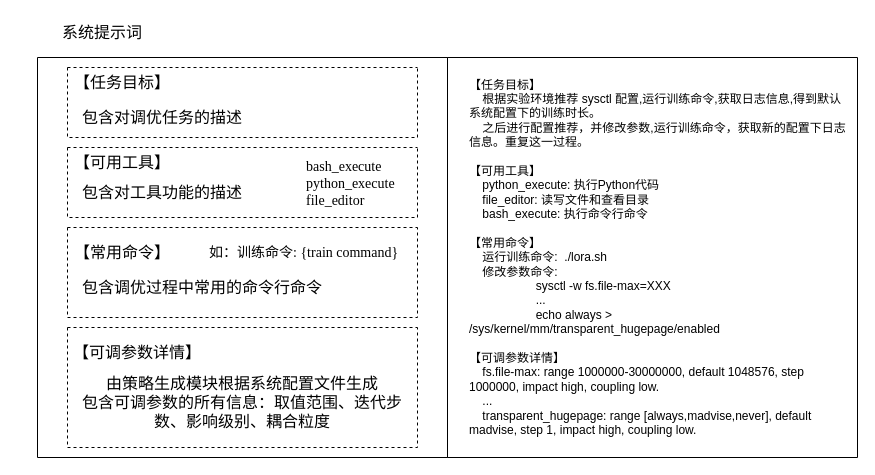
Earlier version of the draw.io diagram page "第 10 页" (10 of 14) of KernelTuneAgent.drawio (DonCoyi/_pictures). Source tidied: cells renumbered, new cells numbered last; positions are measured from the earlier drawing's top-left corner, leaving out a move shared by most shapes. Both pictures are drawn from the tidied source at 100%, with x=0, y=0 at pixel (17, 17).
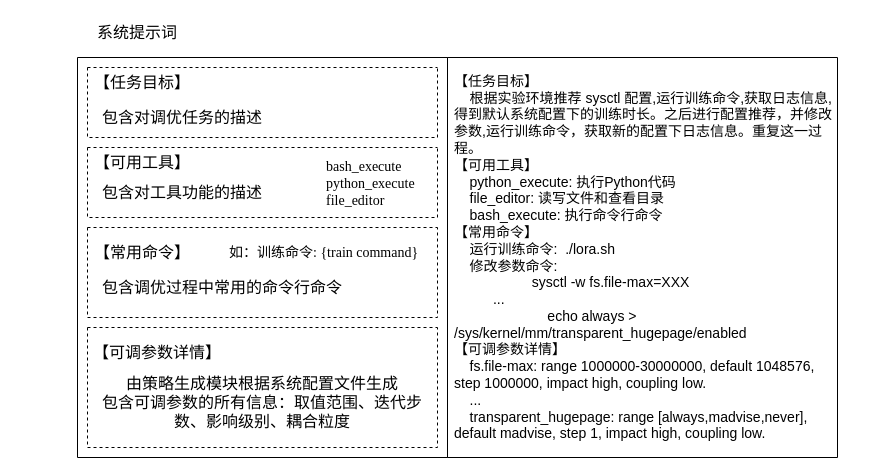
The same page after the edit.

Change to the diagram source:
```diff
@@
 <mxGraphModel>
   <root>
     <mxCell id="0" />
     <mxCell id="1" parent="0" />
     <mxCell id="2" style="swimlane;startSize=0;fontFamily=宋体;fontStyle=0;" parent="1" vertex="1">
-      <mxGeometry x="20" y="40" width="410" height="400" as="geometry" />
+      <mxGeometry x="60" y="40" width="370" height="400" as="geometry" />
     </mxCell>
     <mxCell id="3" style="swimlane;startSize=0;dashed=1;fontFamily=宋体;fontStyle=0;" parent="2" vertex="1">
-      <mxGeometry x="30" y="170" width="350" height="90" as="geometry" />
+      <mxGeometry x="10" y="170" width="350" height="90" as="geometry" />
     </mxCell>
     <mxCell id="4" value="&lt;font style=&quot;font-size: 16px;&quot;&gt;【常用命令】&lt;/font&gt;" style="text;html=1;whiteSpace=wrap;strokeColor=none;fillColor=none;align=center;verticalAlign=middle;rounded=0;fontFamily=宋体;fontStyle=0;" parent="3" vertex="1">
       <mxGeometry y="10" width="110" height="30" as="geometry" />
     </mxCell>
     <mxCell id="5" value="&lt;span style=&quot;font-size: 16px;&quot;&gt;包含调优过程中常用的命令行命令&lt;br&gt;&lt;/span&gt;" style="text;html=1;whiteSpace=wrap;strokeColor=none;fillColor=none;align=center;verticalAlign=middle;rounded=0;fontFamily=宋体;fontStyle=0;" parent="3" vertex="1">
       <mxGeometry y="40" width="270" height="40" as="geometry" />
     </mxCell>
     <mxCell id="6" value="&lt;font style=&quot;font-size: 14px;&quot;&gt;&lt;span style=&quot;forced-color-adjust: none; color: rgb(0, 0, 0); font-style: normal; font-variant-ligatures: normal; font-variant-caps: normal; font-weight: 400; letter-spacing: normal; orphans: 2; text-align: left; text-indent: 0px; text-transform: none; widows: 2; word-spacing: 0px; -webkit-text-stroke-width: 0px; text-decoration-thickness: initial; text-decoration-style: initial; text-decoration-color: initial; white-space: pre;&quot;&gt;&lt;span style=&quot;forced-color-adjust: none; white-space: pre;&quot;&gt;如：&lt;/span&gt;&lt;/span&gt;&lt;span style=&quot;color: rgb(0, 0, 0); font-style: normal; font-variant-ligatures: normal; font-variant-caps: normal; font-weight: 400; letter-spacing: normal; orphans: 2; text-align: left; text-indent: 0px; text-transform: none; widows: 2; word-spacing: 0px; -webkit-text-stroke-width: 0px; white-space: normal; text-decoration-thickness: initial; text-decoration-style: initial; text-decoration-color: initial; float: none; display: inline !important;&quot;&gt;训练命令&lt;font face=&quot;Times New Roman&quot; style=&quot;&quot;&gt;: {train command}&lt;/font&gt;&lt;/span&gt;&lt;/font&gt;" style="text;whiteSpace=wrap;html=1;labelBackgroundColor=default;fontFamily=宋体;" parent="3" vertex="1">
       <mxGeometry x="140" y="10" width="200" height="30" as="geometry" />
     </mxCell>
     <mxCell id="7" style="swimlane;startSize=0;dashed=1;fontFamily=宋体;fontStyle=0;" parent="2" vertex="1">
-      <mxGeometry x="30" y="270" width="350" height="120" as="geometry" />
+      <mxGeometry x="10" y="270" width="350" height="120" as="geometry" />
     </mxCell>
     <mxCell id="8" value="&lt;font style=&quot;font-size: 16px;&quot;&gt;【可调参数详情】&lt;/font&gt;" style="text;html=1;whiteSpace=wrap;strokeColor=none;fillColor=none;align=center;verticalAlign=middle;rounded=0;fontFamily=宋体;fontStyle=0;" parent="7" vertex="1">
       <mxGeometry y="10" width="140" height="30" as="geometry" />
     </mxCell>
     <mxCell id="9" value="&lt;span style=&quot;font-size: 16px;&quot;&gt;由策略生成模块根据系统配置文件生成&lt;/span&gt;&lt;div&gt;&lt;span style=&quot;font-size: 16px;&quot;&gt;包含可调参数的所有信息：取值范围、迭代步数、影响级别、耦合粒度&lt;/span&gt;&lt;/div&gt;" style="text;html=1;whiteSpace=wrap;strokeColor=none;fillColor=none;align=center;verticalAlign=middle;rounded=0;fontFamily=宋体;fontStyle=0;" parent="7" vertex="1">
       <mxGeometry y="30" width="350" height="90" as="geometry" />
     </mxCell>
     <mxCell id="10" style="swimlane;startSize=0;dashed=1;fontFamily=宋体;fontStyle=0;" parent="2" vertex="1">
-      <mxGeometry x="30" y="90" width="350" height="70" as="geometry" />
+      <mxGeometry x="10" y="90" width="350" height="70" as="geometry" />
     </mxCell>
     <mxCell id="11" value="&lt;font style=&quot;font-size: 16px;&quot;&gt;【可用工具】&lt;/font&gt;" style="text;html=1;whiteSpace=wrap;strokeColor=none;fillColor=none;align=center;verticalAlign=middle;rounded=0;fontFamily=宋体;fontStyle=0;" parent="10" vertex="1">
       <mxGeometry width="110" height="30" as="geometry" />
     </mxCell>
     <mxCell id="12" value="&lt;span style=&quot;font-size: 16px;&quot;&gt;包含对工具功能的描述&lt;br&gt;&lt;/span&gt;" style="text;html=1;whiteSpace=wrap;strokeColor=none;fillColor=none;align=center;verticalAlign=middle;rounded=0;fontFamily=宋体;fontStyle=0;" parent="10" vertex="1">
       <mxGeometry y="25" width="190" height="40" as="geometry" />
     </mxCell>
     <mxCell id="13" value="&lt;div style=&quot;forced-color-adjust: none; color: rgb(0, 0, 0); font-style: normal; font-variant-ligatures: normal; font-variant-caps: normal; font-weight: 400; letter-spacing: normal; orphans: 2; text-align: left; text-indent: 0px; text-transform: none; widows: 2; word-spacing: 0px; -webkit-text-stroke-width: 0px; white-space: normal; text-decoration-thickness: initial; text-decoration-style: initial; text-decoration-color: initial;&quot;&gt;&lt;font face=&quot;Times New Roman&quot; style=&quot;font-size: 14px;&quot;&gt;&lt;span style=&quot;forced-color-adjust: none; white-space: pre;&quot;&gt;&lt;span style=&quot;forced-color-adjust: none; white-space: pre;&quot;&gt;&amp;nbsp;&amp;nbsp;&lt;/span&gt;&lt;/span&gt;bash_execute&lt;/font&gt;&lt;/div&gt;&lt;div style=&quot;forced-color-adjust: none; color: rgb(0, 0, 0); font-style: normal; font-variant-ligatures: normal; font-variant-caps: normal; font-weight: 400; letter-spacing: normal; orphans: 2; text-align: left; text-indent: 0px; text-transform: none; widows: 2; word-spacing: 0px; -webkit-text-stroke-width: 0px; white-space: normal; text-decoration-thickness: initial; text-decoration-style: initial; text-decoration-color: initial;&quot;&gt;&lt;span style=&quot;&quot;&gt;&lt;font face=&quot;Times New Roman&quot; style=&quot;font-size: 14px;&quot;&gt;&lt;span style=&quot;forced-color-adjust: none; white-space: pre;&quot;&gt;&lt;span style=&quot;forced-color-adjust: none; white-space: pre;&quot;&gt;&amp;nbsp;&amp;nbsp;&lt;/span&gt;&lt;/span&gt;python_execute&lt;/font&gt;&lt;/span&gt;&lt;/div&gt;&lt;div style=&quot;forced-color-adjust: none; color: rgb(0, 0, 0); font-style: normal; font-variant-ligatures: normal; font-variant-caps: normal; font-weight: 400; letter-spacing: normal; orphans: 2; text-align: left; text-indent: 0px; text-transform: none; widows: 2; word-spacing: 0px; -webkit-text-stroke-width: 0px; white-space: normal; text-decoration-thickness: initial; text-decoration-style: initial; text-decoration-color: initial;&quot;&gt;&lt;font face=&quot;Times New Roman&quot; style=&quot;font-size: 14px;&quot;&gt;&lt;span style=&quot;forced-color-adjust: none; white-space: pre;&quot;&gt;&lt;span style=&quot;forced-color-adjust: none; white-space: pre;&quot;&gt;&amp;nbsp;&amp;nbsp;&lt;/span&gt;&lt;/span&gt;file_editor&lt;/font&gt;&lt;/div&gt;" style="text;whiteSpace=wrap;html=1;labelBackgroundColor=default;fontFamily=宋体;" parent="10" vertex="1">
       <mxGeometry x="230" y="5" width="110" height="60" as="geometry" />
     </mxCell>
     <mxCell id="14" style="swimlane;startSize=0;dashed=1;fontFamily=宋体;fontStyle=0;" parent="2" vertex="1">
-      <mxGeometry x="30" y="10" width="350" height="70" as="geometry" />
+      <mxGeometry x="10" y="10" width="350" height="70" as="geometry" />
     </mxCell>
     <mxCell id="15" value="&lt;span style=&quot;font-size: 16px;&quot;&gt;【任务目标】&lt;/span&gt;" style="text;html=1;whiteSpace=wrap;strokeColor=none;fillColor=none;align=center;verticalAlign=middle;rounded=0;fontFamily=宋体;fontStyle=0;" parent="14" vertex="1">
       <mxGeometry width="110" height="30" as="geometry" />
     </mxCell>
     <mxCell id="16" value="&lt;span style=&quot;font-size: 16px;&quot;&gt;包含对调优任务的描述&lt;br&gt;&lt;/span&gt;" style="text;html=1;whiteSpace=wrap;strokeColor=none;fillColor=none;align=center;verticalAlign=middle;rounded=0;fontFamily=宋体;fontStyle=0;" parent="14" vertex="1">
       <mxGeometry y="30" width="190" height="40" as="geometry" />
     </mxCell>
     <mxCell id="17" value="&lt;font style=&quot;font-size: 16px;&quot;&gt;系统提示词&lt;/font&gt;" style="text;html=1;whiteSpace=wrap;strokeColor=none;fillColor=none;align=center;verticalAlign=middle;rounded=0;fontFamily=宋体;fontStyle=0;" parent="1" vertex="1">
-      <mxGeometry width="170" height="30" as="geometry" />
+      <mxGeometry x="60" width="120" height="30" as="geometry" />
     </mxCell>
     <mxCell id="18" style="swimlane;startSize=0;fontFamily=宋体;fontStyle=0;" parent="1" vertex="1">
-      <mxGeometry x="430" y="40" width="410" height="400" as="geometry" />
+      <mxGeometry x="430" y="40" width="390" height="400" as="geometry" />
     </mxCell>
-    <mxCell id="19" value="&lt;div&gt;&lt;span style=&quot;background-color: transparent; color: light-dark(rgb(0, 0, 0), rgb(255, 255, 255));&quot;&gt;【任务目标】&lt;/span&gt;&lt;/div&gt;&lt;div&gt;&amp;nbsp; &amp;nbsp; 根据实验环境推荐 sysctl 配置,运行训练命令,获取日志信息,得到默认系统配置下的训练时长。&lt;/div&gt;&lt;div&gt;&amp;nbsp; &amp;nbsp; 之后进行配置推荐，并修改参数,运行训练命令，获取新的配置下日志信息。重复这一过程。&lt;/div&gt;&lt;div&gt;&lt;br&gt;&lt;/div&gt;&lt;div&gt;【可用工具】&lt;/div&gt;&lt;div&gt;&amp;nbsp; &amp;nbsp; python_execute: 执行Python代码&lt;/div&gt;&lt;div&gt;&amp;nbsp; &amp;nbsp; file_editor: 读写文件和查看目录&lt;/div&gt;&lt;div&gt;&amp;nbsp; &amp;nbsp; bash_execute: 执行命令行命令&lt;/div&gt;&lt;div&gt;&lt;br&gt;&lt;/div&gt;&lt;div&gt;【常用命令】&lt;/div&gt;&lt;div&gt;&amp;nbsp; &amp;nbsp; 运行训练命令:&amp;nbsp; ./lora.sh&lt;/div&gt;&lt;div&gt;&amp;nbsp; &amp;nbsp; 修改参数命令:&amp;nbsp; &amp;nbsp;&lt;/div&gt;&lt;div&gt;&lt;span style=&quot;white-space: pre;&quot;&gt;&#9;&lt;/span&gt;&lt;span style=&quot;white-space: pre;&quot;&gt;&#9;&lt;/span&gt;&amp;nbsp; &amp;nbsp;&amp;nbsp;sysctl -w fs.file-max=XXX&lt;/div&gt;&lt;div&gt;&amp;nbsp; &amp;nbsp; &amp;nbsp; &amp;nbsp; &amp;nbsp; &amp;nbsp; &amp;nbsp; &amp;nbsp; &amp;nbsp; &amp;nbsp; ...&lt;/div&gt;&lt;div&gt;&amp;nbsp; &amp;nbsp; &amp;nbsp; &amp;nbsp; &amp;nbsp; &amp;nbsp; &amp;nbsp; &amp;nbsp; &amp;nbsp; &amp;nbsp; echo always &amp;gt; /sys/kernel/mm/transparent_hugepage/enabled&amp;nbsp;&lt;/div&gt;&lt;div&gt;&lt;br&gt;&lt;/div&gt;&lt;div&gt;【可调参数详情】&lt;/div&gt;&lt;div&gt;&amp;nbsp; &amp;nbsp; fs.file-max: range 1000000-30000000, default 1048576, step 1000000, impact high, coupling low.&lt;/div&gt;&lt;div&gt;&amp;nbsp; &amp;nbsp; ...&lt;/div&gt;&lt;div&gt;&amp;nbsp; &amp;nbsp; transparent_hugepage: range [always,madvise,never], default madvise, step 1, impact high, coupling low.&lt;/div&gt;" style="text;html=1;whiteSpace=wrap;strokeColor=none;fillColor=none;align=left;verticalAlign=middle;rounded=0;" parent="18" vertex="1">
-      <mxGeometry x="20" y="10" width="380" height="380" as="geometry" />
+    <mxCell id="19" value="&lt;div&gt;&lt;span style=&quot;background-color: transparent; color: light-dark(rgb(0, 0, 0), rgb(255, 255, 255));&quot;&gt;&lt;font face=&quot;宋体&quot; style=&quot;font-size: 14px;&quot;&gt;【任务目标】&lt;/font&gt;&lt;/span&gt;&lt;/div&gt;&lt;div&gt;&lt;font face=&quot;宋体&quot; style=&quot;font-size: 14px;&quot;&gt;&amp;nbsp; &amp;nbsp; 根据实验环境推荐 sysctl 配置,运行训练命令,获取日志信息,得到默认系统配置下的训练时长。&lt;/font&gt;&lt;span style=&quot;font-size: 14px; font-family: 宋体; background-color: transparent; color: light-dark(rgb(0, 0, 0), rgb(255, 255, 255));&quot;&gt;之后进行配置推荐，并修改参数,运行训练命令，获取新的配置下日志信息。重复这一过程。&lt;/span&gt;&lt;/div&gt;&lt;div&gt;&lt;font face=&quot;宋体&quot; style=&quot;font-size: 14px;&quot;&gt;【可用工具】&lt;/font&gt;&lt;/div&gt;&lt;div&gt;&lt;font face=&quot;宋体&quot; style=&quot;font-size: 14px;&quot;&gt;&amp;nbsp; &amp;nbsp; python_execute: 执行Python代码&lt;/font&gt;&lt;/div&gt;&lt;div&gt;&lt;font face=&quot;宋体&quot; style=&quot;font-size: 14px;&quot;&gt;&amp;nbsp; &amp;nbsp; file_editor: 读写文件和查看目录&lt;/font&gt;&lt;/div&gt;&lt;div&gt;&lt;font face=&quot;宋体&quot; style=&quot;font-size: 14px;&quot;&gt;&amp;nbsp; &amp;nbsp; bash_execute: 执行命令行命令&lt;/font&gt;&lt;/div&gt;&lt;div&gt;&lt;font face=&quot;宋体&quot; style=&quot;font-size: 14px;&quot;&gt;【常用命令】&lt;/font&gt;&lt;/div&gt;&lt;div&gt;&lt;font face=&quot;宋体&quot; style=&quot;font-size: 14px;&quot;&gt;&amp;nbsp; &amp;nbsp; 运行训练命令:&amp;nbsp; ./lora.sh&lt;/font&gt;&lt;/div&gt;&lt;div&gt;&lt;font face=&quot;宋体&quot; style=&quot;font-size: 14px;&quot;&gt;&amp;nbsp; &amp;nbsp; 修改参数命令:&amp;nbsp; &amp;nbsp;&lt;/font&gt;&lt;/div&gt;&lt;div&gt;&lt;font face=&quot;宋体&quot; style=&quot;font-size: 14px;&quot;&gt;&lt;span style=&quot;white-space: pre;&quot;&gt;&#9;&lt;/span&gt;&lt;span style=&quot;white-space: pre;&quot;&gt;&#9;&lt;/span&gt;&amp;nbsp; &amp;nbsp;&amp;nbsp;sysctl -w fs.file-max=XXX&lt;/font&gt;&lt;/div&gt;&lt;div&gt;&lt;font face=&quot;宋体&quot; style=&quot;font-size: 14px;&quot;&gt;&amp;nbsp; &amp;nbsp; &amp;nbsp; &amp;nbsp; &amp;nbsp; ...&lt;/font&gt;&lt;/div&gt;&lt;div&gt;&lt;font face=&quot;宋体&quot; style=&quot;font-size: 14px;&quot;&gt;&amp;nbsp; &amp;nbsp;&lt;span style=&quot;white-space: pre;&quot;&gt;&#9;&lt;/span&gt;&lt;span style=&quot;white-space: pre;&quot;&gt;&#9;&lt;span style=&quot;white-space: pre;&quot;&gt;&#9;&lt;/span&gt;&lt;/span&gt;echo always &amp;gt; /sys/kernel/mm/transparent_hugepage/enabled&amp;nbsp;&lt;/font&gt;&lt;/div&gt;&lt;div&gt;&lt;font face=&quot;宋体&quot; style=&quot;font-size: 14px;&quot;&gt;【可调参数详情】&lt;/font&gt;&lt;/div&gt;&lt;div&gt;&lt;font face=&quot;宋体&quot; style=&quot;font-size: 14px;&quot;&gt;&amp;nbsp; &amp;nbsp; fs.file-max: range 1000000-30000000, default 1048576, step 1000000, impact high, coupling low.&lt;/font&gt;&lt;/div&gt;&lt;div&gt;&lt;font face=&quot;宋体&quot; style=&quot;font-size: 14px;&quot;&gt;&amp;nbsp; &amp;nbsp; ...&lt;/font&gt;&lt;/div&gt;&lt;div&gt;&lt;font face=&quot;宋体&quot; style=&quot;font-size: 14px;&quot;&gt;&amp;nbsp; &amp;nbsp; transparent_hugepage: range [always,madvise,never], default madvise, step 1, impact high, coupling low.&lt;/font&gt;&lt;/div&gt;" style="text;html=1;whiteSpace=wrap;strokeColor=none;fillColor=none;align=left;verticalAlign=middle;rounded=0;" parent="18" vertex="1">
+      <mxGeometry x="5" width="380" height="400" as="geometry" />
     </mxCell>
   </root>
 </mxGraphModel>
```
